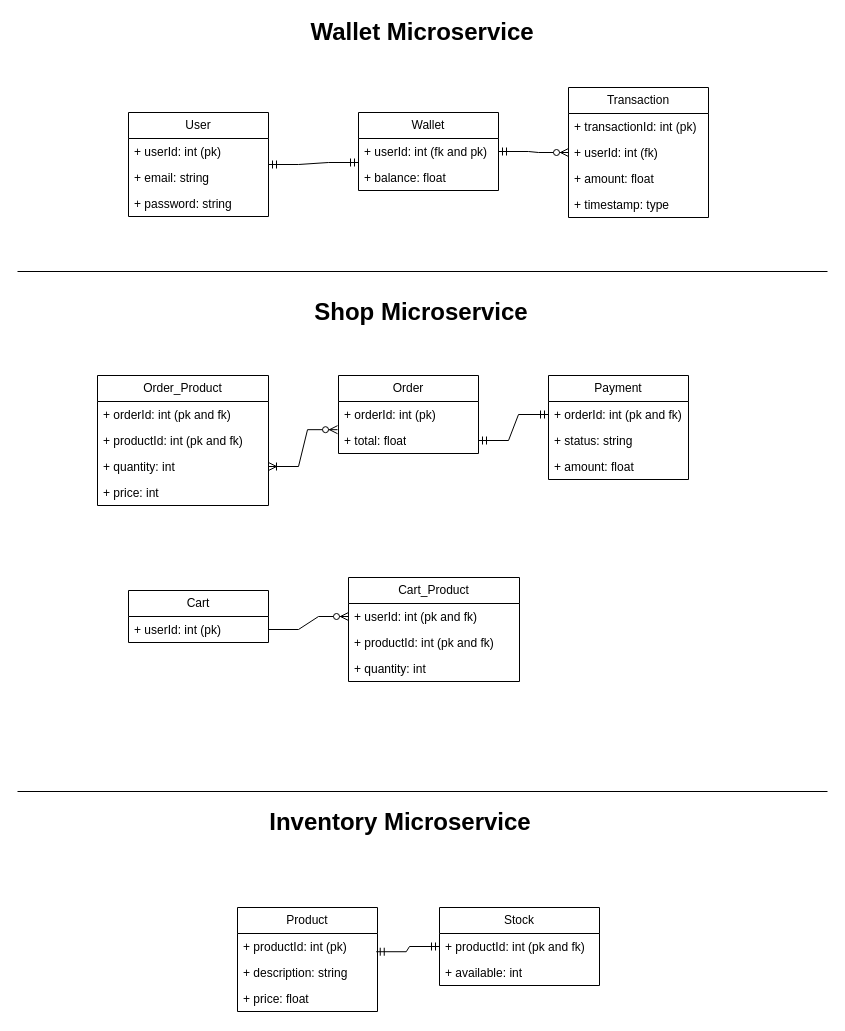
Above: v1.drawio in MariamBoulos/E-commerce (draw.io), before the change. Source tidied: cells renumbered, new cells numbered last; positions are measured from the earlier drawing's top-left corner, leaving out a move shared by most shapes. Both pictures are drawn from the tidied source at 100%, with x=0, y=0 at pixel (17, 17).
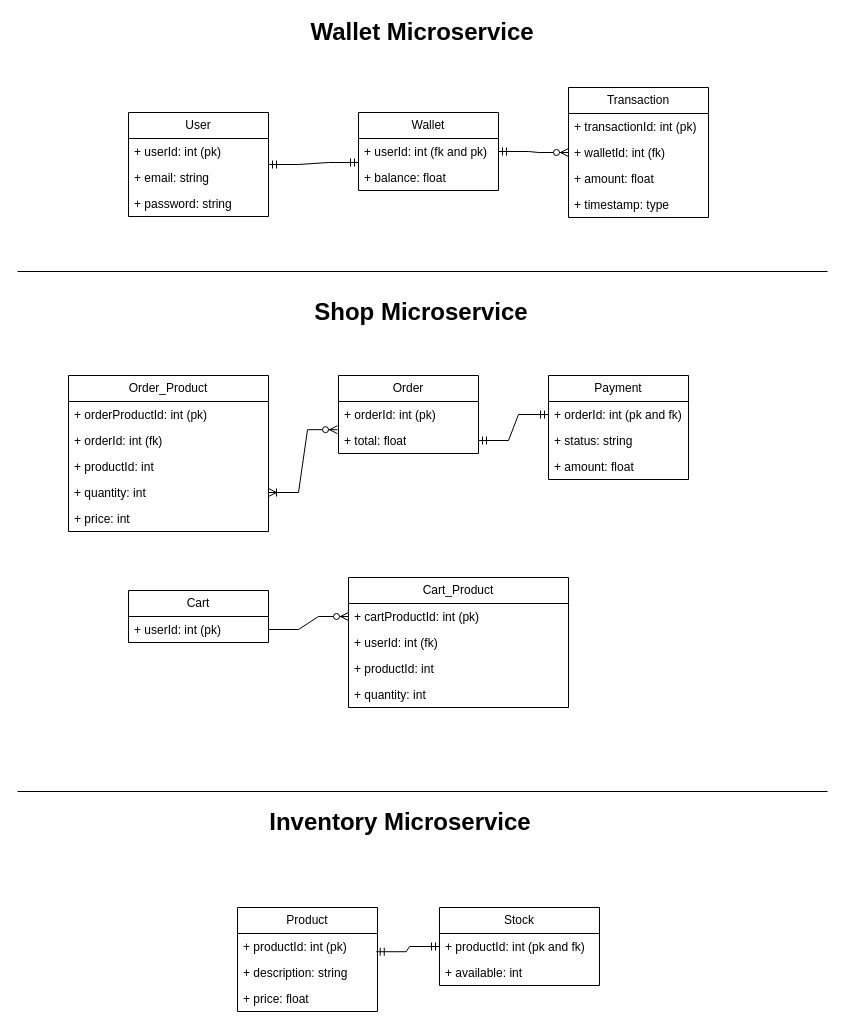
The same diagram, later.

The change refers to these unchanged cells:
```xml
<mxCell id="11" value="Transaction" style="swimlane;fontStyle=0;horizontal=1;startSize=26;fillColor=none;whiteSpace=wrap;html=1;" parent="1" vertex="1">
  <mxGeometry x="551" y="70" width="140" height="130" as="geometry" />
</mxCell>
```

Diff of the diagram source:
```diff
@@
-    <mxCell id="13" value="+ userId: int (fk)" style="text;strokeColor=none;fillColor=none;align=left;verticalAlign=top;spacingLeft=4;spacingRight=4;overflow=hidden;points=[[0,0.5],[1,0.5]];portConstraint=eastwest;whiteSpace=wrap;html=1;" parent="11" vertex="1">
+    <mxCell id="13" value="+ walletId: int (fk)" style="text;strokeColor=none;fillColor=none;align=left;verticalAlign=top;spacingLeft=4;spacingRight=4;overflow=hidden;points=[[0,0.5],[1,0.5]];portConstraint=eastwest;whiteSpace=wrap;html=1;" parent="11" vertex="1">
       <mxGeometry y="52" width="140" height="26" as="geometry" />
     </mxCell>
@@
     <mxCell id="19" value="Order_Product" style="swimlane;fontStyle=0;horizontal=1;startSize=26;fillColor=none;whiteSpace=wrap;html=1;" parent="1" vertex="1">
-      <mxGeometry x="80" y="358" width="171" height="130" as="geometry" />
+      <mxGeometry x="51" y="358" width="200" height="156" as="geometry" />
     </mxCell>
-    <mxCell id="20" value="+ orderId: int (pk and fk)" style="text;strokeColor=none;fillColor=none;align=left;verticalAlign=top;spacingLeft=4;spacingRight=4;overflow=hidden;whiteSpace=wrap;html=1;" parent="19" vertex="1">
-      <mxGeometry y="26" width="171" height="26" as="geometry" />
+    <mxCell id="20" value="+ orderProductId: int (pk)" style="text;strokeColor=none;fillColor=none;align=left;verticalAlign=top;spacingLeft=4;spacingRight=4;overflow=hidden;whiteSpace=wrap;html=1;" parent="19" vertex="1">
+      <mxGeometry y="26" width="200" height="26" as="geometry" />
     </mxCell>
+    <mxCell id="50" value="+ orderId: int (fk)" style="text;strokeColor=none;fillColor=none;align=left;verticalAlign=top;spacingLeft=4;spacingRight=4;overflow=hidden;whiteSpace=wrap;html=1;" parent="19" vertex="1">
+      <mxGeometry y="52" width="200" height="26" as="geometry" />
+    </mxCell>
-    <mxCell id="21" value="+ productId: int (pk and fk)" style="text;strokeColor=none;fillColor=none;align=left;verticalAlign=top;spacingLeft=4;spacingRight=4;overflow=hidden;whiteSpace=wrap;html=1;" parent="19" vertex="1">
-      <mxGeometry y="52" width="171" height="26" as="geometry" />
+    <mxCell id="21" value="+ productId: int&amp;nbsp;" style="text;strokeColor=none;fillColor=none;align=left;verticalAlign=top;spacingLeft=4;spacingRight=4;overflow=hidden;whiteSpace=wrap;html=1;" parent="19" vertex="1">
+      <mxGeometry y="78" width="200" height="26" as="geometry" />
     </mxCell>
     <mxCell id="22" value="+ quantity: int" style="text;strokeColor=none;fillColor=none;align=left;verticalAlign=top;spacingLeft=4;spacingRight=4;overflow=hidden;points=[[0,0.5],[1,0.5]];portConstraint=eastwest;whiteSpace=wrap;html=1;" parent="19" vertex="1">
-      <mxGeometry y="78" width="171" height="26" as="geometry" />
+      <mxGeometry y="104" width="200" height="26" as="geometry" />
     </mxCell>
     <mxCell id="23" value="+ price: int" style="text;strokeColor=none;fillColor=none;align=left;verticalAlign=top;spacingLeft=4;spacingRight=4;overflow=hidden;whiteSpace=wrap;html=1;" parent="19" vertex="1">
-      <mxGeometry y="104" width="171" height="26" as="geometry" />
+      <mxGeometry y="130" width="200" height="26" as="geometry" />
     </mxCell>
@@
     <mxCell id="38" value="Cart_Product" style="swimlane;fontStyle=0;horizontal=1;startSize=26;fillColor=none;whiteSpace=wrap;html=1;" parent="1" vertex="1">
-      <mxGeometry x="331" y="560" width="171" height="104" as="geometry" />
+      <mxGeometry x="331" y="560" width="220" height="130" as="geometry" />
     </mxCell>
-    <mxCell id="39" value="+ userId: int (pk and fk)" style="text;strokeColor=none;fillColor=none;align=left;verticalAlign=top;spacingLeft=4;spacingRight=4;overflow=hidden;points=[[0,0.5],[1,0.5]];portConstraint=eastwest;whiteSpace=wrap;html=1;" parent="38" vertex="1">
-      <mxGeometry y="26" width="171" height="26" as="geometry" />
+    <mxCell id="39" value="+ cartProductId: int (pk)" style="text;strokeColor=none;fillColor=none;align=left;verticalAlign=top;spacingLeft=4;spacingRight=4;overflow=hidden;points=[[0,0.5],[1,0.5]];portConstraint=eastwest;whiteSpace=wrap;html=1;" parent="38" vertex="1">
+      <mxGeometry y="26" width="220" height="26" as="geometry" />
     </mxCell>
+    <mxCell id="51" value="+ userId: int (fk)&amp;nbsp;" style="text;strokeColor=none;fillColor=none;align=left;verticalAlign=top;spacingLeft=4;spacingRight=4;overflow=hidden;whiteSpace=wrap;html=1;" parent="38" vertex="1">
+      <mxGeometry y="52" width="220" height="26" as="geometry" />
+    </mxCell>
-    <mxCell id="40" value="+ productId: int (pk and fk)" style="text;strokeColor=none;fillColor=none;align=left;verticalAlign=top;spacingLeft=4;spacingRight=4;overflow=hidden;whiteSpace=wrap;html=1;" parent="38" vertex="1">
-      <mxGeometry y="52" width="171" height="26" as="geometry" />
+    <mxCell id="40" value="+ productId: int&amp;nbsp;" style="text;strokeColor=none;fillColor=none;align=left;verticalAlign=top;spacingLeft=4;spacingRight=4;overflow=hidden;whiteSpace=wrap;html=1;" parent="38" vertex="1">
+      <mxGeometry y="78" width="220" height="26" as="geometry" />
     </mxCell>
     <mxCell id="41" value="+ quantity: int" style="text;strokeColor=none;fillColor=none;align=left;verticalAlign=top;spacingLeft=4;spacingRight=4;overflow=hidden;whiteSpace=wrap;html=1;" parent="38" vertex="1">
-      <mxGeometry y="78" width="171" height="26" as="geometry" />
+      <mxGeometry y="104" width="220" height="26" as="geometry" />
     </mxCell>
```
